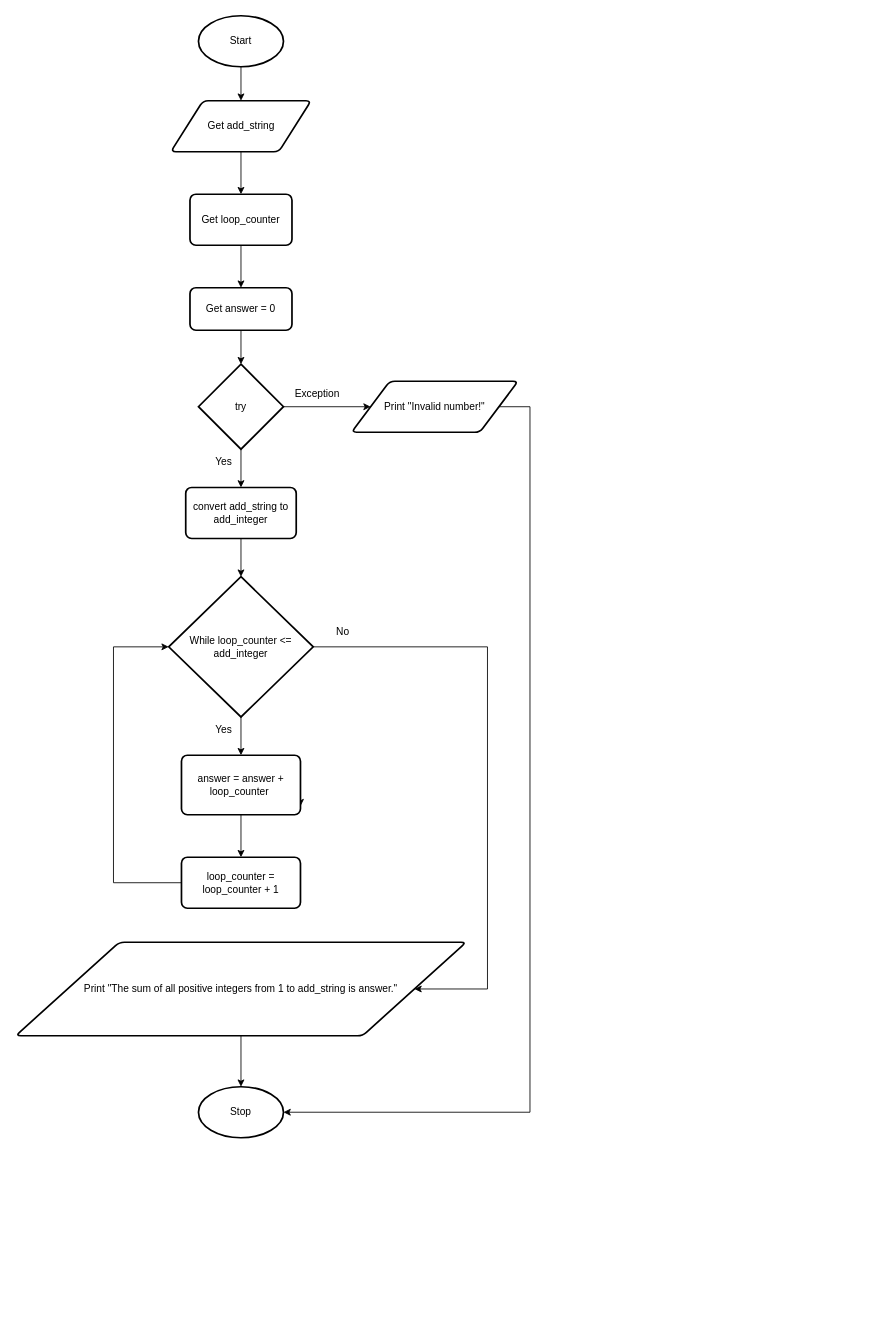
Yiyun-Qin/ICS3U-Unit4-02-Python keeps this draw.io diagram as design.flowchart.drawio. Above is the earlier version. Source tidied: cells renumbered, new cells numbered last; positions are measured from the earlier drawing's top-left corner, leaving out a move shared by most shapes. Both pictures are drawn from the tidied source at 85%, with x=0, y=0 at pixel (15, 15).
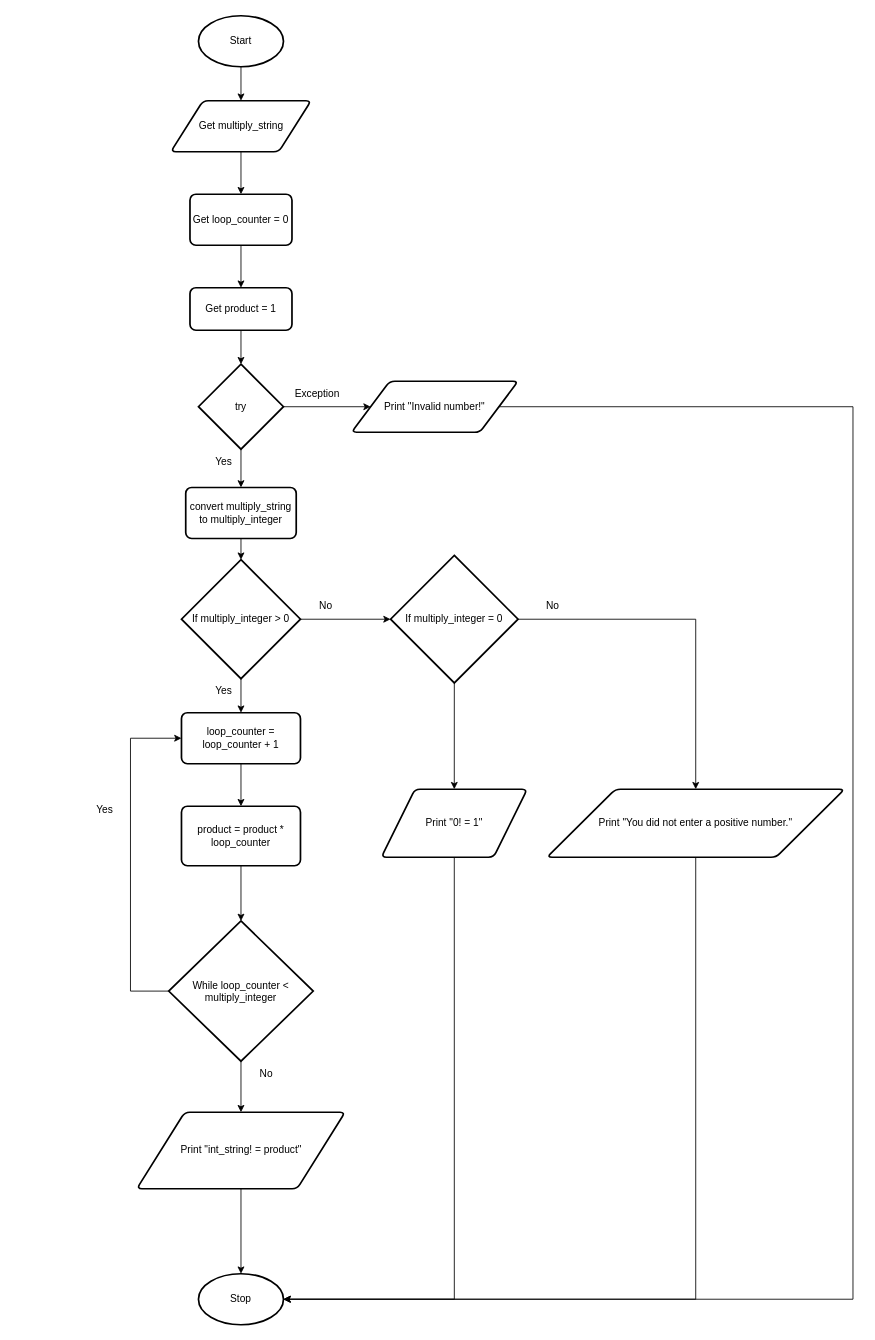
The same page after the edit.

The change refers to these unchanged cells:
```xml
<mxCell id="15" value="Print &quot;Invalid number!&quot;" style="shape=parallelogram;html=1;strokeWidth=2;perimeter=parallelogramPerimeter;whiteSpace=wrap;rounded=1;arcSize=12;size=0.23;" parent="1" vertex="1">
  <mxGeometry x="395" y="430" width="196" height="60" as="geometry" />
</mxCell>
```

Change to the diagram source:
```diff
@@
-    <mxCell id="5" value="Get add_string" style="shape=parallelogram;html=1;strokeWidth=2;perimeter=parallelogramPerimeter;whiteSpace=wrap;rounded=1;arcSize=12;size=0.23;" parent="1" vertex="1">
+    <mxCell id="5" value="Get multiply_string" style="shape=parallelogram;html=1;strokeWidth=2;perimeter=parallelogramPerimeter;whiteSpace=wrap;rounded=1;arcSize=12;size=0.23;" parent="1" vertex="1">
       <mxGeometry x="182.5" y="100" width="165" height="60" as="geometry" />
     </mxCell>
     <mxCell id="6" value="Stop" style="strokeWidth=2;html=1;shape=mxgraph.flowchart.start_1;whiteSpace=wrap;" parent="1" vertex="1">
-      <mxGeometry x="215" y="1260" width="100" height="60" as="geometry" />
+      <mxGeometry x="215" y="1480" width="100" height="60" as="geometry" />
     </mxCell>
@@
     <mxCell id="8" value="No" style="text;html=1;strokeColor=none;fillColor=none;align=center;verticalAlign=middle;whiteSpace=wrap;rounded=0;" parent="1" vertex="1">
-      <mxGeometry x="355" y="710" width="60" height="30" as="geometry" />
+      <mxGeometry x="265" y="1230" width="60" height="30" as="geometry" />
     </mxCell>
@@
-    <mxCell id="12" style="edgeStyle=none;html=1;exitX=0.5;exitY=1;exitDx=0;exitDy=0;entryX=0.5;entryY=0;entryDx=0;entryDy=0;entryPerimeter=0;" parent="1" edge="1" source="13" target="19">
-      <mxGeometry relative="1" as="geometry" />
-    </mxCell>
+    <mxCell id="32" style="edgeStyle=orthogonalEdgeStyle;rounded=0;html=1;exitX=0.5;exitY=1;exitDx=0;exitDy=0;entryX=0.5;entryY=0;entryDx=0;entryDy=0;entryPerimeter=0;" parent="1" edge="1" source="13" target="38">
+      <mxGeometry relative="1" as="geometry" />
+    </mxCell>
-    <mxCell id="13" value="convert add_string to add_integer" style="rounded=1;whiteSpace=wrap;html=1;absoluteArcSize=1;arcSize=14;strokeWidth=2;" parent="1" vertex="1">
+    <mxCell id="13" value="convert multiply_string to multiply_integer" style="rounded=1;whiteSpace=wrap;html=1;absoluteArcSize=1;arcSize=14;strokeWidth=2;" parent="1" vertex="1">
       <mxGeometry x="200" y="555" width="130" height="60" as="geometry" />
     </mxCell>
     <mxCell id="14" style="edgeStyle=orthogonalEdgeStyle;html=1;exitX=1;exitY=0.5;exitDx=0;exitDy=0;entryX=1;entryY=0.5;entryDx=0;entryDy=0;entryPerimeter=0;rounded=0;" parent="1" edge="1" source="15" target="6">
       <mxGeometry relative="1" as="geometry">
         <Array as="points">
-          <mxPoint x="605" y="460" />
-          <mxPoint x="605" y="1290" />
+          <mxPoint x="985" y="460" />
+          <mxPoint x="985" y="1510" />
         </Array>
       </mxGeometry>
     </mxCell>
@@
-    <mxCell id="17" style="edgeStyle=none;html=1;exitX=0.5;exitY=1;exitDx=0;exitDy=0;exitPerimeter=0;entryX=0.5;entryY=0;entryDx=0;entryDy=0;" parent="1" edge="1" source="19" target="22">
-      <mxGeometry relative="1" as="geometry" />
-    </mxCell>
+    <mxCell id="33" style="edgeStyle=orthogonalEdgeStyle;html=1;exitX=0;exitY=0.5;exitDx=0;exitDy=0;exitPerimeter=0;entryX=0;entryY=0.5;entryDx=0;entryDy=0;rounded=0;" parent="1" edge="1" source="19" target="28">
+      <mxGeometry relative="1" as="geometry">
+        <Array as="points">
+          <mxPoint x="135" y="1148" />
+          <mxPoint x="135" y="850" />
+        </Array>
+      </mxGeometry>
+    </mxCell>
-    <mxCell id="18" style="edgeStyle=orthogonalEdgeStyle;rounded=0;html=1;exitX=1;exitY=0.5;exitDx=0;exitDy=0;exitPerimeter=0;entryX=1;entryY=0.5;entryDx=0;entryDy=0;" parent="1" edge="1" source="19" target="31">
-      <mxGeometry relative="1" as="geometry">
-        <Array as="points">
-          <mxPoint x="555" y="743" />
-          <mxPoint x="555" y="1145" />
-        </Array>
-      </mxGeometry>
+    <mxCell id="18" style="edgeStyle=orthogonalEdgeStyle;rounded=0;html=1;exitX=0.5;exitY=1;exitDx=0;exitDy=0;exitPerimeter=0;entryX=0.5;entryY=0;entryDx=0;entryDy=0;" parent="1" edge="1" source="19" target="31">
+      <mxGeometry relative="1" as="geometry" />
     </mxCell>
-    <mxCell id="19" value="While loop_counter &amp;lt;= add_integer" style="strokeWidth=2;html=1;shape=mxgraph.flowchart.decision;whiteSpace=wrap;" parent="1" vertex="1">
-      <mxGeometry x="180" y="660" width="170" height="165" as="geometry" />
+    <mxCell id="19" value="While loop_counter &amp;lt; multiply_integer" style="strokeWidth=2;html=1;shape=mxgraph.flowchart.decision;whiteSpace=wrap;" parent="1" vertex="1">
+      <mxGeometry x="180" y="1065" width="170" height="165" as="geometry" />
     </mxCell>
-    <mxCell id="20" style="edgeStyle=none;html=1;exitX=1;exitY=0.75;exitDx=0;exitDy=0;" parent="1" edge="1" source="22">
-      <mxGeometry relative="1" as="geometry">
-        <mxPoint x="335" y="930" as="targetPoint" />
-      </mxGeometry>
-    </mxCell>
-    <mxCell id="21" style="edgeStyle=none;html=1;exitX=0.5;exitY=1;exitDx=0;exitDy=0;entryX=0.5;entryY=0;entryDx=0;entryDy=0;" parent="1" edge="1" source="22" target="28">
-      <mxGeometry relative="1" as="geometry" />
-    </mxCell>
+    <mxCell id="34" style="edgeStyle=none;html=1;exitX=0.5;exitY=1;exitDx=0;exitDy=0;" parent="1" edge="1" source="22" target="19">
+      <mxGeometry relative="1" as="geometry" />
+    </mxCell>
-    <mxCell id="22" value="answer = answer + loop_counter&amp;nbsp;" style="rounded=1;whiteSpace=wrap;html=1;absoluteArcSize=1;arcSize=14;strokeWidth=2;" parent="1" vertex="1">
-      <mxGeometry x="195" y="870" width="140" height="70" as="geometry" />
+    <mxCell id="22" value="product = product * loop_counter" style="rounded=1;whiteSpace=wrap;html=1;absoluteArcSize=1;arcSize=14;strokeWidth=2;" parent="1" vertex="1">
+      <mxGeometry x="195" y="930" width="140" height="70" as="geometry" />
     </mxCell>
@@
-    <mxCell id="24" value="Get loop_counter" style="rounded=1;whiteSpace=wrap;html=1;absoluteArcSize=1;arcSize=14;strokeWidth=2;" parent="1" vertex="1">
+    <mxCell id="24" value="Get loop_counter = 0" style="rounded=1;whiteSpace=wrap;html=1;absoluteArcSize=1;arcSize=14;strokeWidth=2;" parent="1" vertex="1">
       <mxGeometry x="205" y="210" width="120" height="60" as="geometry" />
     </mxCell>
@@
-    <mxCell id="26" value="Get answer = 0" style="rounded=1;whiteSpace=wrap;html=1;absoluteArcSize=1;arcSize=14;strokeWidth=2;" parent="1" vertex="1">
+    <mxCell id="26" value="Get product = 1" style="rounded=1;whiteSpace=wrap;html=1;absoluteArcSize=1;arcSize=14;strokeWidth=2;" parent="1" vertex="1">
       <mxGeometry x="205" y="320" width="120" height="50" as="geometry" />
     </mxCell>
-    <mxCell id="27" style="edgeStyle=orthogonalEdgeStyle;html=1;exitX=0;exitY=0.5;exitDx=0;exitDy=0;entryX=0;entryY=0.5;entryDx=0;entryDy=0;entryPerimeter=0;rounded=0;" parent="1" edge="1" source="28" target="19">
-      <mxGeometry relative="1" as="geometry">
-        <Array as="points">
-          <mxPoint x="115" y="1020" />
-          <mxPoint x="115" y="743" />
-        </Array>
-      </mxGeometry>
-    </mxCell>
+    <mxCell id="35" style="edgeStyle=none;html=1;exitX=0.5;exitY=1;exitDx=0;exitDy=0;entryX=0.5;entryY=0;entryDx=0;entryDy=0;" parent="1" edge="1" source="28" target="22">
+      <mxGeometry relative="1" as="geometry" />
+    </mxCell>
     <mxCell id="28" value="loop_counter = loop_counter + 1" style="rounded=1;whiteSpace=wrap;html=1;absoluteArcSize=1;arcSize=14;strokeWidth=2;" parent="1" vertex="1">
-      <mxGeometry x="195" y="990" width="140" height="60" as="geometry" />
+      <mxGeometry x="195" y="820" width="140" height="60" as="geometry" />
     </mxCell>
     <mxCell id="29" value="Yes" style="text;html=1;strokeColor=none;fillColor=none;align=center;verticalAlign=middle;whiteSpace=wrap;rounded=0;" parent="1" vertex="1">
-      <mxGeometry x="215" y="825" width="60" height="30" as="geometry" />
+      <mxGeometry x="75" y="920" width="60" height="30" as="geometry" />
     </mxCell>
@@
-    <mxCell id="31" value="Print &quot;The sum of all positive integers from 1 to add_string is answer.&quot;" style="shape=parallelogram;html=1;strokeWidth=2;perimeter=parallelogramPerimeter;whiteSpace=wrap;rounded=1;arcSize=12;size=0.23;" parent="1" vertex="1">
-      <mxGeometry y="1090" width="530" height="110" as="geometry" />
+    <mxCell id="31" value="Print &quot;int_string! = product&quot;" style="shape=parallelogram;html=1;strokeWidth=2;perimeter=parallelogramPerimeter;whiteSpace=wrap;rounded=1;arcSize=12;size=0.23;" parent="1" vertex="1">
+      <mxGeometry x="142.5" y="1290" width="245" height="90" as="geometry" />
     </mxCell>
+    <mxCell id="36" style="edgeStyle=orthogonalEdgeStyle;rounded=0;html=1;exitX=0.5;exitY=1;exitDx=0;exitDy=0;exitPerimeter=0;entryX=0.5;entryY=0;entryDx=0;entryDy=0;" parent="1" edge="1" source="38" target="28">
+      <mxGeometry relative="1" as="geometry" />
+    </mxCell>
+    <mxCell id="37" style="edgeStyle=orthogonalEdgeStyle;rounded=0;html=1;exitX=1;exitY=0.5;exitDx=0;exitDy=0;exitPerimeter=0;entryX=0;entryY=0.5;entryDx=0;entryDy=0;entryPerimeter=0;" parent="1" edge="1" source="38" target="42">
+      <mxGeometry relative="1" as="geometry" />
+    </mxCell>
+    <mxCell id="38" value="If multiply_integer &amp;gt; 0" style="strokeWidth=2;html=1;shape=mxgraph.flowchart.decision;whiteSpace=wrap;" parent="1" vertex="1">
+      <mxGeometry x="195" y="640" width="140" height="140" as="geometry" />
+    </mxCell>
+    <mxCell id="39" value="Yes" style="text;html=1;strokeColor=none;fillColor=none;align=center;verticalAlign=middle;whiteSpace=wrap;rounded=0;" parent="1" vertex="1">
+      <mxGeometry x="215" y="780" width="60" height="30" as="geometry" />
+    </mxCell>
+    <mxCell id="40" style="edgeStyle=orthogonalEdgeStyle;rounded=0;html=1;exitX=0.5;exitY=1;exitDx=0;exitDy=0;exitPerimeter=0;entryX=0.5;entryY=0;entryDx=0;entryDy=0;" parent="1" edge="1" source="42" target="45">
+      <mxGeometry relative="1" as="geometry" />
+    </mxCell>
+    <mxCell id="41" style="edgeStyle=orthogonalEdgeStyle;rounded=0;html=1;exitX=1;exitY=0.5;exitDx=0;exitDy=0;exitPerimeter=0;entryX=0.5;entryY=0;entryDx=0;entryDy=0;" parent="1" edge="1" source="42" target="47">
+      <mxGeometry relative="1" as="geometry" />
+    </mxCell>
+    <mxCell id="42" value="If multiply_integer = 0" style="strokeWidth=2;html=1;shape=mxgraph.flowchart.decision;whiteSpace=wrap;" parent="1" vertex="1">
+      <mxGeometry x="441" y="635" width="150" height="150" as="geometry" />
+    </mxCell>
+    <mxCell id="43" value="No" style="text;html=1;strokeColor=none;fillColor=none;align=center;verticalAlign=middle;whiteSpace=wrap;rounded=0;" parent="1" vertex="1">
+      <mxGeometry x="335" y="680" width="60" height="30" as="geometry" />
+    </mxCell>
+    <mxCell id="44" style="edgeStyle=orthogonalEdgeStyle;rounded=0;html=1;exitX=0.5;exitY=1;exitDx=0;exitDy=0;entryX=1;entryY=0.5;entryDx=0;entryDy=0;entryPerimeter=0;" parent="1" edge="1" source="45" target="6">
+      <mxGeometry relative="1" as="geometry" />
+    </mxCell>
+    <mxCell id="45" value="Print &quot;0! = 1&quot;" style="shape=parallelogram;html=1;strokeWidth=2;perimeter=parallelogramPerimeter;whiteSpace=wrap;rounded=1;arcSize=12;size=0.23;" parent="1" vertex="1">
+      <mxGeometry x="430.2" y="910" width="171.5" height="80" as="geometry" />
+    </mxCell>
+    <mxCell id="46" style="edgeStyle=orthogonalEdgeStyle;rounded=0;html=1;exitX=0.5;exitY=1;exitDx=0;exitDy=0;entryX=1;entryY=0.5;entryDx=0;entryDy=0;entryPerimeter=0;" parent="1" edge="1" source="47" target="6">
+      <mxGeometry relative="1" as="geometry" />
+    </mxCell>
+    <mxCell id="47" value="Print &quot;You did not enter a positive number.&quot;" style="shape=parallelogram;html=1;strokeWidth=2;perimeter=parallelogramPerimeter;whiteSpace=wrap;rounded=1;arcSize=12;size=0.23;" parent="1" vertex="1">
+      <mxGeometry x="625" y="910" width="350" height="80" as="geometry" />
+    </mxCell>
+    <mxCell id="48" value="No" style="text;html=1;strokeColor=none;fillColor=none;align=center;verticalAlign=middle;whiteSpace=wrap;rounded=0;" parent="1" vertex="1">
+      <mxGeometry x="601.8" y="680" width="60" height="30" as="geometry" />
+    </mxCell>
```
